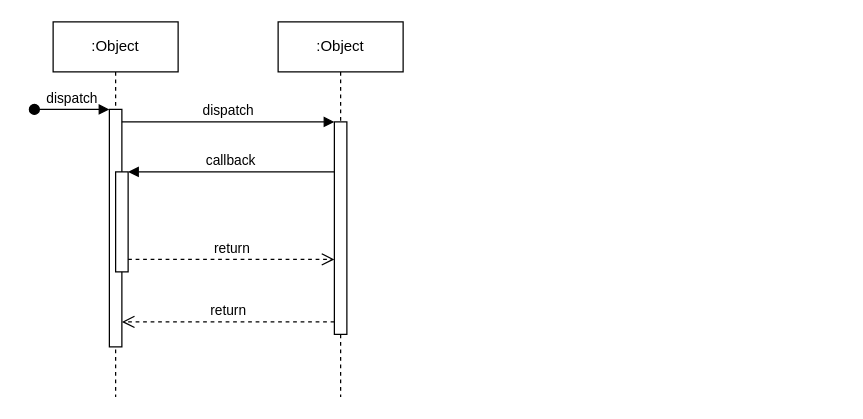
The draw.io diagram Untitled Diagram.drawio in uyenhoangtp/miu, before the edit. Source tidied: cells renumbered, new cells numbered last; positions are measured from the earlier drawing's top-left corner, leaving out a move shared by most shapes. Both pictures are drawn from the tidied source at 125%, with x=0, y=0 at pixel (34, 21).
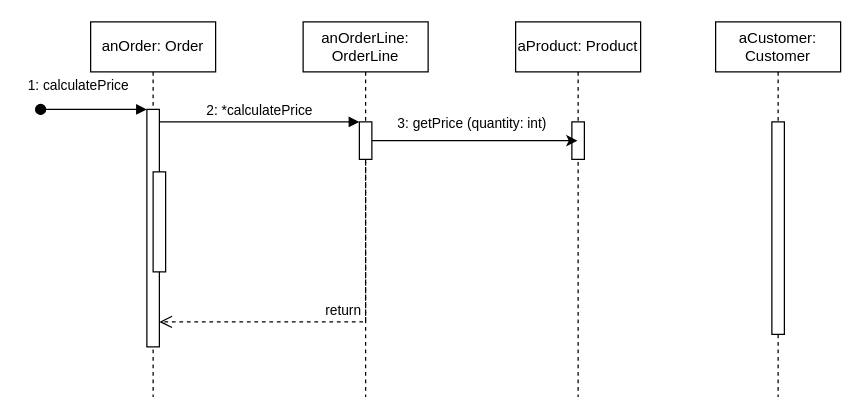
After the change.

The change refers to these unchanged cells:
```xml
<mxCell id="3" style="html=1;points=[];perimeter=orthogonalPerimeter;outlineConnect=0;targetShapes=umlLifeline;portConstraint=eastwest;newEdgeStyle={&quot;edgeStyle&quot;:&quot;elbowEdgeStyle&quot;,&quot;elbow&quot;:&quot;vertical&quot;,&quot;curved&quot;:0,&quot;rounded&quot;:0};" parent="2" vertex="1">
  <mxGeometry x="45" y="70" width="10" height="190" as="geometry" />
</mxCell>
<mxCell id="5" style="html=1;points=[];perimeter=orthogonalPerimeter;outlineConnect=0;targetShapes=umlLifeline;portConstraint=eastwest;newEdgeStyle={&quot;edgeStyle&quot;:&quot;elbowEdgeStyle&quot;,&quot;elbow&quot;:&quot;vertical&quot;,&quot;curved&quot;:0,&quot;rounded&quot;:0};" parent="2" vertex="1">
  <mxGeometry x="50" y="120" width="10" height="80" as="geometry" />
</mxCell>
```

The edit, as a diff of the source:
```diff
@@
-    <mxCell id="2" value=":Object" style="shape=umlLifeline;perimeter=lifelinePerimeter;whiteSpace=wrap;html=1;newEdgeStyle={&quot;edgeStyle&quot;:&quot;elbowEdgeStyle&quot;,&quot;elbow&quot;:&quot;vertical&quot;,&quot;curved&quot;:0,&quot;rounded&quot;:0};" parent="1" vertex="1">
-      <mxGeometry x="15" width="100" height="300" as="geometry" />
+    <mxCell id="2" value="anOrder: Order" style="shape=umlLifeline;perimeter=lifelinePerimeter;whiteSpace=wrap;html=1;newEdgeStyle={&quot;edgeStyle&quot;:&quot;elbowEdgeStyle&quot;,&quot;elbow&quot;:&quot;vertical&quot;,&quot;curved&quot;:0,&quot;rounded&quot;:0};" parent="1" vertex="1">
+      <mxGeometry x="45" width="100" height="300" as="geometry" />
     </mxCell>
@@
-    <mxCell id="4" value="dispatch" style="html=1;verticalAlign=bottom;startArrow=oval;endArrow=block;startSize=8;edgeStyle=elbowEdgeStyle;elbow=vertical;curved=0;rounded=0;" parent="2" edge="1" target="3">
-      <mxGeometry relative="1" as="geometry">
-        <mxPoint x="-15" y="70" as="sourcePoint" />
+    <mxCell id="4" value="1: calculatePrice" style="html=1;verticalAlign=bottom;startArrow=oval;endArrow=block;startSize=8;edgeStyle=elbowEdgeStyle;elbow=vertical;curved=0;rounded=0;" parent="2" edge="1" target="3">
+      <mxGeometry x="-0.29" y="10" relative="1" as="geometry">
+        <mxPoint x="-40" y="70" as="sourcePoint" />
+        <Array as="points">
+          <mxPoint x="-40" y="70" />
+        </Array>
       </mxGeometry>
     </mxCell>
@@
-    <mxCell id="6" value=":Object" style="shape=umlLifeline;perimeter=lifelinePerimeter;whiteSpace=wrap;html=1;newEdgeStyle={&quot;edgeStyle&quot;:&quot;elbowEdgeStyle&quot;,&quot;elbow&quot;:&quot;vertical&quot;,&quot;curved&quot;:0,&quot;rounded&quot;:0};" parent="1" vertex="1">
-      <mxGeometry x="195" width="100" height="300" as="geometry" />
+    <mxCell id="6" value="anOrderLine: OrderLine" style="shape=umlLifeline;perimeter=lifelinePerimeter;whiteSpace=wrap;html=1;newEdgeStyle={&quot;edgeStyle&quot;:&quot;elbowEdgeStyle&quot;,&quot;elbow&quot;:&quot;vertical&quot;,&quot;curved&quot;:0,&quot;rounded&quot;:0};" parent="1" vertex="1">
+      <mxGeometry x="215" width="100" height="300" as="geometry" />
     </mxCell>
     <mxCell id="7" style="html=1;points=[];perimeter=orthogonalPerimeter;outlineConnect=0;targetShapes=umlLifeline;portConstraint=eastwest;newEdgeStyle={&quot;edgeStyle&quot;:&quot;elbowEdgeStyle&quot;,&quot;elbow&quot;:&quot;vertical&quot;,&quot;curved&quot;:0,&quot;rounded&quot;:0};" parent="6" vertex="1">
-      <mxGeometry x="45" y="80" width="10" height="170" as="geometry" />
+      <mxGeometry x="45" y="80" width="10" height="30" as="geometry" />
     </mxCell>
-    <mxCell id="8" value="dispatch" style="html=1;verticalAlign=bottom;endArrow=block;edgeStyle=elbowEdgeStyle;elbow=vertical;curved=0;rounded=0;" parent="1" edge="1" source="3" target="7">
+    <mxCell id="8" value="2: *calculatePrice" style="html=1;verticalAlign=bottom;endArrow=block;edgeStyle=elbowEdgeStyle;elbow=vertical;curved=0;rounded=0;" parent="1" edge="1" source="3" target="7">
       <mxGeometry relative="1" as="geometry">
         <Array as="points">
-          <mxPoint x="155" y="80" />
+          <mxPoint x="175" y="80" />
         </Array>
       </mxGeometry>
     </mxCell>
     <mxCell id="9" value="return" style="html=1;verticalAlign=bottom;endArrow=open;dashed=1;endSize=8;edgeStyle=elbowEdgeStyle;elbow=vertical;curved=0;rounded=0;" parent="1" edge="1" source="7" target="3">
       <mxGeometry relative="1" as="geometry">
         <Array as="points">
-          <mxPoint x="165" y="240" />
+          <mxPoint x="185" y="240" />
         </Array>
       </mxGeometry>
     </mxCell>
-    <mxCell id="10" value="callback" style="html=1;verticalAlign=bottom;endArrow=block;edgeStyle=elbowEdgeStyle;elbow=vertical;curved=0;rounded=0;" parent="1" edge="1" source="7" target="5">
-      <mxGeometry relative="1" as="geometry">
-        <Array as="points">
-          <mxPoint x="165" y="120" />
-        </Array>
-      </mxGeometry>
-    </mxCell>
-    <mxCell id="11" value="return" style="html=1;verticalAlign=bottom;endArrow=open;dashed=1;endSize=8;edgeStyle=elbowEdgeStyle;elbow=vertical;curved=0;rounded=0;" parent="1" edge="1" source="5" target="7">
-      <mxGeometry relative="1" as="geometry">
-        <Array as="points">
-          <mxPoint x="155" y="190" />
-        </Array>
-      </mxGeometry>
-    </mxCell>
+    <mxCell id="12" value="aProduct: Product" style="shape=umlLifeline;perimeter=lifelinePerimeter;whiteSpace=wrap;html=1;outlineConnect=0;portConstraint=eastwest;newEdgeStyle={&quot;edgeStyle&quot;:&quot;elbowEdgeStyle&quot;,&quot;elbow&quot;:&quot;vertical&quot;,&quot;curved&quot;:0,&quot;rounded&quot;:0};" parent="1" vertex="1">
+      <mxGeometry x="385" width="100" height="300" as="geometry" />
+    </mxCell>
+    <mxCell id="13" style="html=1;perimeter=orthogonalPerimeter;targetShapes=umlLifeline;newEdgeStyle={&quot;edgeStyle&quot;:&quot;elbowEdgeStyle&quot;,&quot;elbow&quot;:&quot;vertical&quot;,&quot;curved&quot;:0,&quot;rounded&quot;:0};" parent="12" vertex="1">
+      <mxGeometry x="45" y="80" width="10" height="30" as="geometry" />
+    </mxCell>
+    <mxCell id="14" value="aCustomer: Customer" style="shape=umlLifeline;perimeter=lifelinePerimeter;whiteSpace=wrap;html=1;newEdgeStyle={&quot;edgeStyle&quot;:&quot;elbowEdgeStyle&quot;,&quot;elbow&quot;:&quot;vertical&quot;,&quot;curved&quot;:0,&quot;rounded&quot;:0};" parent="1" vertex="1">
+      <mxGeometry x="545" width="100" height="300" as="geometry" />
+    </mxCell>
+    <mxCell id="15" style="html=1;perimeter=orthogonalPerimeter;targetShapes=umlLifeline;newEdgeStyle={&quot;edgeStyle&quot;:&quot;elbowEdgeStyle&quot;,&quot;elbow&quot;:&quot;vertical&quot;,&quot;curved&quot;:0,&quot;rounded&quot;:0};" parent="14" vertex="1">
+      <mxGeometry x="45" y="80" width="10" height="170" as="geometry" />
+    </mxCell>
+    <mxCell id="16" style="edgeStyle=elbowEdgeStyle;rounded=0;jettySize=auto;html=1;elbow=vertical;curved=0;" parent="1" edge="1" source="7" target="12">
+      <mxGeometry relative="1" as="geometry" />
+    </mxCell>
+    <mxCell id="17" value="3: getPrice (quantity: int)" style="edgeLabel;html=1;align=center;verticalAlign=middle;" parent="16" vertex="1">
+      <mxGeometry x="-0.04" y="-2" relative="1" as="geometry">
+        <mxPoint y="-17" as="offset" />
+      </mxGeometry>
+    </mxCell>
```
